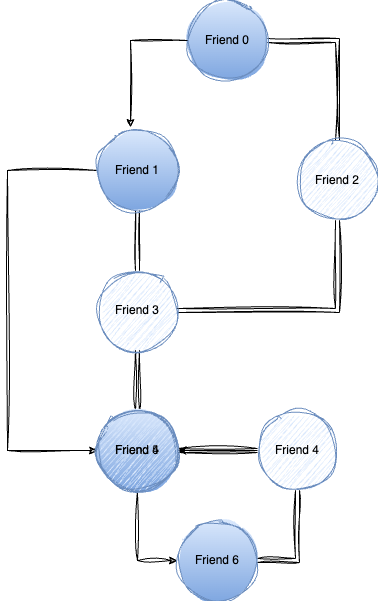
Earlier version of the draw.io export src/main/java/com/bomfim/interview/resources/interview-Breadth-First Search .drawio.png (ThiagoBfim/java-basics). Source tidied: cells renumbered, new cells last; positions are measured from the earlier drawing's top-left corner, leaving out a move shared by most shapes. Its diagram source:
```xml
<mxGraphModel>
  <root>
    <mxCell id="0" />
    <mxCell id="1" parent="0" />
    <mxCell id="2" style="edgeStyle=orthogonalEdgeStyle;rounded=0;jettySize=auto;html=1;shape=link;fillColor=#dae8fc;strokeColor=#000000;sketch=1;curveFitting=1;jiggle=2;" parent="1" edge="1" source="3" target="8">
      <mxGeometry relative="1" as="geometry" />
    </mxCell>
    <mxCell id="3" value="Friend 0" style="ellipse;whiteSpace=wrap;html=1;fillColor=#dae8fc;strokeColor=#6c8ebf;sketch=1;curveFitting=1;jiggle=2;gradientColor=#7ea6e0;" parent="1" vertex="1">
      <mxGeometry x="180" width="80" height="80" as="geometry" />
    </mxCell>
    <mxCell id="4" style="edgeStyle=orthogonalEdgeStyle;rounded=0;jettySize=auto;html=1;entryX=0.5;entryY=0;entryDx=0;entryDy=0;shape=link;sketch=1;curveFitting=1;jiggle=2;" parent="1" edge="1" source="6" target="10">
      <mxGeometry relative="1" as="geometry" />
    </mxCell>
    <mxCell id="5" style="edgeStyle=orthogonalEdgeStyle;rounded=0;jettySize=auto;html=1;sketch=1;curveFitting=1;jiggle=2;" parent="1" edge="1" source="6" target="16">
      <mxGeometry relative="1" as="geometry">
        <Array as="points">
          <mxPoint y="170" />
          <mxPoint y="450" />
        </Array>
      </mxGeometry>
    </mxCell>
    <mxCell id="6" value="Friend 1" style="ellipse;whiteSpace=wrap;html=1;fillColor=#dae8fc;strokeColor=#6c8ebf;sketch=1;curveFitting=1;jiggle=2;gradientColor=#7ea6e0;" parent="1" vertex="1">
      <mxGeometry x="90" y="130" width="80" height="80" as="geometry" />
    </mxCell>
    <mxCell id="7" style="edgeStyle=orthogonalEdgeStyle;rounded=0;jettySize=auto;html=1;entryX=1;entryY=0.5;entryDx=0;entryDy=0;sketch=1;curveFitting=1;jiggle=2;shape=link;" parent="1" edge="1" source="8" target="10">
      <mxGeometry relative="1" as="geometry">
        <Array as="points">
          <mxPoint x="330" y="310" />
        </Array>
      </mxGeometry>
    </mxCell>
    <mxCell id="8" value="Friend 2" style="ellipse;whiteSpace=wrap;html=1;fillColor=#dae8fc;strokeColor=#6c8ebf;sketch=1;curveFitting=1;jiggle=2;" parent="1" vertex="1">
      <mxGeometry x="290" y="140" width="80" height="80" as="geometry" />
    </mxCell>
    <mxCell id="9" style="edgeStyle=orthogonalEdgeStyle;rounded=0;jettySize=auto;html=1;entryX=0.5;entryY=0;entryDx=0;entryDy=0;sketch=1;curveFitting=1;jiggle=2;shape=link;" parent="1" edge="1" source="10" target="16">
      <mxGeometry relative="1" as="geometry" />
    </mxCell>
    <mxCell id="10" value="Friend 3" style="ellipse;whiteSpace=wrap;html=1;fillColor=#dae8fc;strokeColor=#6c8ebf;sketch=1;curveFitting=1;jiggle=2;" parent="1" vertex="1">
      <mxGeometry x="90" y="270" width="80" height="80" as="geometry" />
    </mxCell>
    <mxCell id="11" style="edgeStyle=orthogonalEdgeStyle;rounded=0;jettySize=auto;html=1;entryX=1;entryY=0.5;entryDx=0;entryDy=0;sketch=1;curveFitting=1;jiggle=2;shape=link;" parent="1" edge="1" source="13" target="17">
      <mxGeometry relative="1" as="geometry" />
    </mxCell>
    <mxCell id="12" style="edgeStyle=orthogonalEdgeStyle;rounded=0;jettySize=auto;html=1;" parent="1" edge="1" source="13" target="19">
      <mxGeometry relative="1" as="geometry" />
    </mxCell>
    <mxCell id="13" value="Friend 4" style="ellipse;whiteSpace=wrap;html=1;fillColor=#dae8fc;strokeColor=#6c8ebf;sketch=1;curveFitting=1;jiggle=2;" parent="1" vertex="1">
      <mxGeometry x="250" y="410" width="80" height="80" as="geometry" />
    </mxCell>
    <mxCell id="14" style="edgeStyle=orthogonalEdgeStyle;rounded=0;jettySize=auto;html=1;sketch=1;curveFitting=1;jiggle=2;shape=link;" parent="1" edge="1" source="16" target="13">
      <mxGeometry relative="1" as="geometry" />
    </mxCell>
    <mxCell id="15" style="edgeStyle=orthogonalEdgeStyle;rounded=0;jettySize=auto;html=1;entryX=0;entryY=0.5;entryDx=0;entryDy=0;sketch=1;curveFitting=1;jiggle=2;" parent="1" edge="1" source="16" target="17">
      <mxGeometry relative="1" as="geometry" />
    </mxCell>
    <mxCell id="16" value="Friend 5" style="ellipse;whiteSpace=wrap;html=1;fillColor=#dae8fc;strokeColor=#6c8ebf;sketch=1;curveFitting=1;jiggle=2;gradientColor=#7ea6e0;" parent="1" vertex="1">
      <mxGeometry x="90" y="410" width="80" height="80" as="geometry" />
    </mxCell>
    <mxCell id="17" value="Friend 6" style="ellipse;whiteSpace=wrap;html=1;fillColor=#dae8fc;strokeColor=#6c8ebf;sketch=1;curveFitting=1;jiggle=2;gradientColor=#7ea6e0;" parent="1" vertex="1">
      <mxGeometry x="170" y="520" width="80" height="80" as="geometry" />
    </mxCell>
    <mxCell id="18" style="edgeStyle=orthogonalEdgeStyle;rounded=0;jettySize=auto;html=1;entryX=0.413;entryY=-0.037;entryDx=0;entryDy=0;entryPerimeter=0;fillColor=#dae8fc;strokeColor=default;sketch=1;curveFitting=1;jiggle=2;" parent="1" edge="1" source="3" target="6">
      <mxGeometry relative="1" as="geometry" />
    </mxCell>
    <mxCell id="19" value="Friend 4" style="ellipse;whiteSpace=wrap;html=1;fillColor=#dae8fc;strokeColor=#6c8ebf;sketch=1;curveFitting=1;jiggle=2;" parent="1" vertex="1">
      <mxGeometry x="90" y="410" width="80" height="80" as="geometry" />
    </mxCell>
  </root>
</mxGraphModel>
```
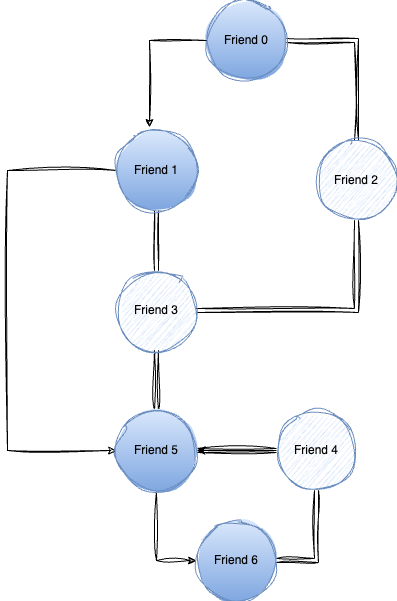
Above is the later version.

Commit message:
Including Dijkstra Search example

Change to the diagram source:
```diff
@@ -14,8 +14,8 @@
     <mxCell id="5" style="edgeStyle=orthogonalEdgeStyle;rounded=0;jettySize=auto;html=1;sketch=1;curveFitting=1;jiggle=2;" parent="1" edge="1" source="6" target="16">
       <mxGeometry relative="1" as="geometry">
         <Array as="points">
-          <mxPoint y="170" />
-          <mxPoint y="450" />
+          <mxPoint x="-19" y="170" />
+          <mxPoint x="-19" y="450" />
         </Array>
       </mxGeometry>
     </mxCell>
@@ -41,8 +41,10 @@
     <mxCell id="11" style="edgeStyle=orthogonalEdgeStyle;rounded=0;jettySize=auto;html=1;entryX=1;entryY=0.5;entryDx=0;entryDy=0;sketch=1;curveFitting=1;jiggle=2;shape=link;" parent="1" edge="1" source="13" target="17">
       <mxGeometry relative="1" as="geometry" />
     </mxCell>
-    <mxCell id="12" style="edgeStyle=orthogonalEdgeStyle;rounded=0;jettySize=auto;html=1;" parent="1" edge="1" source="13" target="19">
-      <mxGeometry relative="1" as="geometry" />
+    <mxCell id="12" style="edgeStyle=orthogonalEdgeStyle;rounded=0;jettySize=auto;html=1;" parent="1" edge="1" source="13">
+      <mxGeometry relative="1" as="geometry">
+        <mxPoint x="170" y="450" as="targetPoint" />
+      </mxGeometry>
     </mxCell>
     <mxCell id="13" value="Friend 4" style="ellipse;whiteSpace=wrap;html=1;fillColor=#dae8fc;strokeColor=#6c8ebf;sketch=1;curveFitting=1;jiggle=2;" parent="1" vertex="1">
       <mxGeometry x="250" y="410" width="80" height="80" as="geometry" />
@@ -62,8 +64,5 @@
     <mxCell id="18" style="edgeStyle=orthogonalEdgeStyle;rounded=0;jettySize=auto;html=1;entryX=0.413;entryY=-0.037;entryDx=0;entryDy=0;entryPerimeter=0;fillColor=#dae8fc;strokeColor=default;sketch=1;curveFitting=1;jiggle=2;" parent="1" edge="1" source="3" target="6">
       <mxGeometry relative="1" as="geometry" />
     </mxCell>
-    <mxCell id="19" value="Friend 4" style="ellipse;whiteSpace=wrap;html=1;fillColor=#dae8fc;strokeColor=#6c8ebf;sketch=1;curveFitting=1;jiggle=2;" parent="1" vertex="1">
-      <mxGeometry x="90" y="410" width="80" height="80" as="geometry" />
-    </mxCell>
   </root>
 </mxGraphModel>
```
